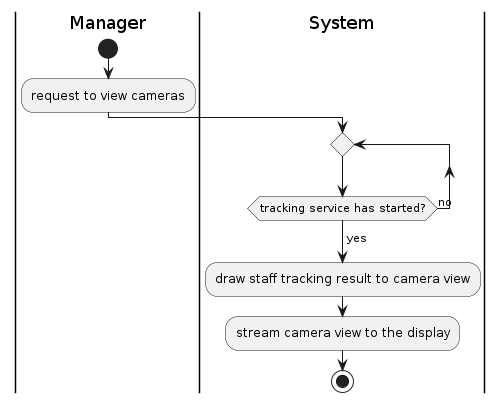
The PlantUML diagram docs/UML/Activity Diagrams/manager-view-real_time-cameras.png in LapTQ/MCT, before a commit.
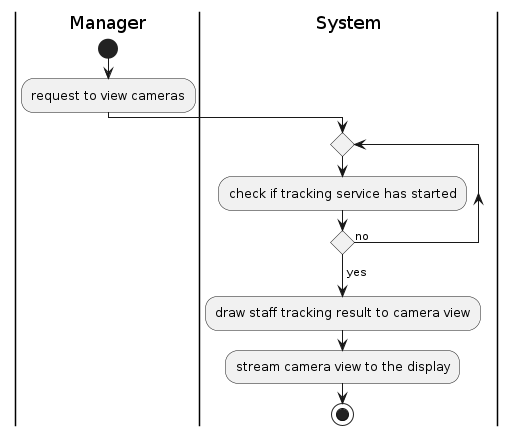
The same diagram one commit later.

The edit, as a diff of the source:
```diff
@@ -4,7 +4,8 @@
 :request to view cameras;
 |System|
 repeat
-repeat while (tracking service has started?) is (no)
+:check if tracking service has started;
+repeat while () is (no)
 ->yes;
 :draw staff tracking result to camera view;
 :stream camera view to the display;
```
